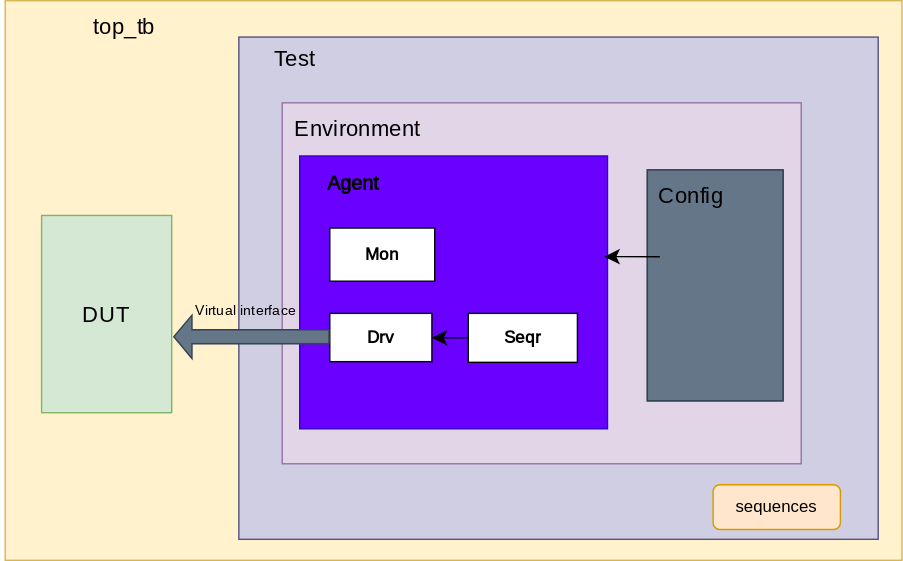
The draw.io diagram docs/uvm.svg in Purdue-SoCET/UVM-Jumpstart, before a commit. Source tidied: cells renumbered, new cells last; positions are measured from the earlier drawing's top-left corner, leaving out a move shared by most shapes. The source it was exported from:
```xml
<mxGraphModel>
  <root>
    <mxCell id="0" />
    <mxCell id="1" parent="0" />
    <mxCell id="2" style="rounded=0;whiteSpace=wrap;html=1;fontSize=16;fillColor=#fff2cc;strokeColor=#d6b656;" parent="1" vertex="1">
      <mxGeometry x="3" width="641" height="400" as="geometry" />
    </mxCell>
    <mxCell id="3" value="DUT" style="rounded=0;whiteSpace=wrap;html=1;fontSize=16;fontFamily=Roboto;fontSource=https%3A%2F%2Ffonts.googleapis.com%2Fcss%3Ffamily%3DRoboto;fontStyle=0;fillColor=#d5e8d4;strokeColor=#82b366;" parent="1" vertex="1">
      <mxGeometry x="29" y="153.5" width="93" height="141" as="geometry" />
    </mxCell>
    <mxCell id="4" value="top_tb" style="text;html=1;strokeColor=none;fillColor=none;align=center;verticalAlign=middle;whiteSpace=wrap;rounded=0;fontSize=16;fontFamily=Roboto;fontSource=https%3A%2F%2Ffonts.googleapis.com%2Fcss%3Ffamily%3DRoboto;" parent="1" vertex="1">
      <mxGeometry y="3" width="177" height="30" as="geometry" />
    </mxCell>
    <mxCell id="5" style="rounded=0;whiteSpace=wrap;html=1;fontSize=16;fillColor=#d0cee2;strokeColor=#56517e;" parent="1" vertex="1">
      <mxGeometry x="170" y="26" width="457" height="359" as="geometry" />
    </mxCell>
    <mxCell id="6" style="rounded=0;whiteSpace=wrap;html=1;fontSize=16;fillColor=#e1d5e7;strokeColor=#9673a6;" parent="1" vertex="1">
      <mxGeometry x="201" y="73" width="371" height="258" as="geometry" />
    </mxCell>
    <mxCell id="7" style="rounded=0;whiteSpace=wrap;html=1;fontSize=16;fillColor=#6a00ff;fontColor=#ffffff;strokeColor=#3700CC;" parent="1" vertex="1">
      <mxGeometry x="213.5" y="111" width="220" height="195" as="geometry" />
    </mxCell>
    <mxCell id="8" value="Test" style="text;html=1;strokeColor=none;fillColor=none;align=center;verticalAlign=middle;whiteSpace=wrap;rounded=0;fontSize=16;fontFamily=Roboto;fontSource=https%3A%2F%2Ffonts.googleapis.com%2Fcss%3Ffamily%3DRoboto;" parent="1" vertex="1">
      <mxGeometry x="180" y="26" width="60" height="30" as="geometry" />
    </mxCell>
    <mxCell id="9" value="Environment" style="text;html=1;strokeColor=none;fillColor=none;align=center;verticalAlign=middle;whiteSpace=wrap;rounded=0;fontSize=16;fontFamily=Roboto;fontSource=https%3A%2F%2Ffonts.googleapis.com%2Fcss%3Ffamily%3DRoboto;" parent="1" vertex="1">
      <mxGeometry x="225" y="76" width="60" height="30" as="geometry" />
    </mxCell>
    <mxCell id="10" value="Agent" style="text;html=1;strokeColor=none;fillColor=none;align=center;verticalAlign=middle;whiteSpace=wrap;rounded=0;fontSize=14;fontFamily=Roboto;fontSource=https%3A%2F%2Ffonts.googleapis.com%2Fcss%3Ffamily%3DRoboto;fontStyle=1;" parent="1" vertex="1">
      <mxGeometry x="222" y="116" width="60" height="30" as="geometry" />
    </mxCell>
    <mxCell id="11" value="Mon" style="rounded=0;whiteSpace=wrap;html=1;fontSize=12;fontFamily=Roboto;fontSource=https%3A%2F%2Ffonts.googleapis.com%2Fcss%3Ffamily%3DRoboto;fontStyle=1;" parent="1" vertex="1">
      <mxGeometry x="235" y="162.5" width="75" height="38" as="geometry" />
    </mxCell>
    <mxCell id="12" style="edgeStyle=none;curved=1;rounded=0;jettySize=auto;html=1;exitX=0;exitY=0.5;exitDx=0;exitDy=0;fontSize=12;startSize=8;endSize=8;" parent="1" edge="1" source="13" target="17">
      <mxGeometry relative="1" as="geometry" />
    </mxCell>
    <mxCell id="13" value="Seqr" style="rounded=0;whiteSpace=wrap;html=1;fontSize=12;fontFamily=Roboto;fontSource=https%3A%2F%2Ffonts.googleapis.com%2Fcss%3Ffamily%3DRoboto;fontStyle=1;" parent="1" vertex="1">
      <mxGeometry x="334" y="223.5" width="78" height="35" as="geometry" />
    </mxCell>
    <mxCell id="14" style="group;fontFamily=Roboto;fontSource=https%3A%2F%2Ffonts.googleapis.com%2Fcss%3Ffamily%3DRoboto;fillColor=#647687;strokeColor=#314354;fontColor=#ffffff;" parent="1" vertex="1">
      <mxGeometry x="462" y="121" width="97" height="165" as="geometry" />
    </mxCell>
    <mxCell id="15" style="rounded=0;whiteSpace=wrap;html=1;fontSize=16;fillColor=#647687;strokeColor=#314354;fontColor=#ffffff;" parent="14" vertex="1">
      <mxGeometry width="97" height="165" as="geometry" />
    </mxCell>
    <mxCell id="16" value="Config" style="text;html=1;strokeColor=none;fillColor=none;align=left;verticalAlign=middle;whiteSpace=wrap;rounded=0;fontSize=16;fontFamily=Roboto;fontSource=https%3A%2F%2Ffonts.googleapis.com%2Fcss%3Ffamily%3DRoboto;" parent="14" vertex="1">
      <mxGeometry x="6.1" y="6.8" width="36.8" height="22.8" as="geometry" />
    </mxCell>
    <mxCell id="17" value="Drv" style="rounded=0;whiteSpace=wrap;html=1;fontSize=12;fontFamily=Roboto;fontSource=https%3A%2F%2Ffonts.googleapis.com%2Fcss%3Ffamily%3DRoboto;fontStyle=1;" parent="1" vertex="1">
      <mxGeometry x="235" y="223.5" width="73" height="34.5" as="geometry" />
    </mxCell>
    <mxCell id="18" style="edgeStyle=none;curved=1;rounded=0;jettySize=auto;html=1;exitX=0;exitY=0.5;exitDx=0;exitDy=0;fontSize=12;startSize=8;endSize=8;entryX=0.99;entryY=0.369;entryDx=0;entryDy=0;entryPerimeter=0;" parent="1" edge="1" target="7">
      <mxGeometry relative="1" as="geometry">
        <mxPoint x="470.9" y="183" as="sourcePoint" />
      </mxGeometry>
    </mxCell>
    <mxCell id="19" value="Virtual interface" style="text;html=1;strokeColor=none;fillColor=none;align=center;verticalAlign=middle;whiteSpace=wrap;rounded=0;fontSize=10;fontFamily=Roboto;fontSource=https%3A%2F%2Ffonts.googleapis.com%2Fcss%3Ffamily%3DRoboto;" parent="1" vertex="1">
      <mxGeometry x="131" y="206" width="89" height="30" as="geometry" />
    </mxCell>
    <mxCell id="20" style="edgeStyle=none;curved=1;rounded=0;orthogonalLoop=1;jettySize=auto;html=1;fontSize=12;shape=flexArrow;endSize=4;startSize=4;width=10;fillColor=#647687;strokeColor=#314354;startArrow=none;endArrow=block;endFill=0;startFill=0;" parent="1" edge="1">
      <mxGeometry relative="1" as="geometry">
        <mxPoint x="235" y="240.2" as="sourcePoint" />
        <mxPoint x="123" y="240.2" as="targetPoint" />
      </mxGeometry>
    </mxCell>
    <mxCell id="21" value="sequences" style="rounded=1;whiteSpace=wrap;html=1;fillColor=#ffe6cc;strokeColor=#d79b00;" parent="1" vertex="1">
      <mxGeometry x="509" y="346" width="91" height="32" as="geometry" />
    </mxCell>
  </root>
</mxGraphModel>
```
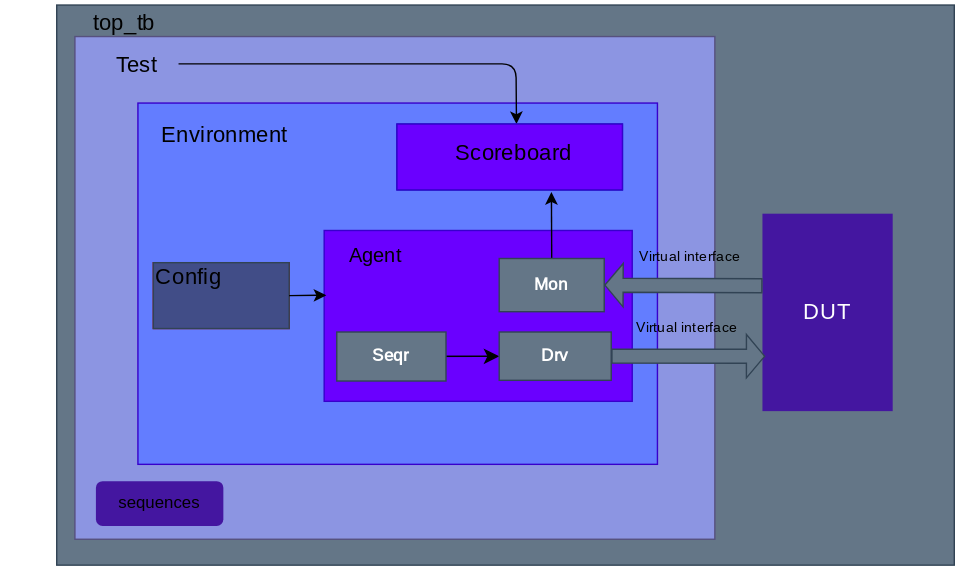
After the commit.

Change to the diagram source:
```diff
@@ -2,70 +2,91 @@
   <root>
     <mxCell id="0" />
     <mxCell id="1" parent="0" />
-    <mxCell id="2" style="rounded=0;whiteSpace=wrap;html=1;fontSize=16;fillColor=#fff2cc;strokeColor=#d6b656;" parent="1" vertex="1">
+    <mxCell id="2" style="rounded=0;whiteSpace=wrap;html=1;fontSize=16;fillColor=#647687;strokeColor=#314354;fontColor=#ffffff;" parent="1" vertex="1">
       <mxGeometry x="3" width="641" height="400" as="geometry" />
     </mxCell>
-    <mxCell id="3" value="DUT" style="rounded=0;whiteSpace=wrap;html=1;fontSize=16;fontFamily=Roboto;fontSource=https%3A%2F%2Ffonts.googleapis.com%2Fcss%3Ffamily%3DRoboto;fontStyle=0;fillColor=#d5e8d4;strokeColor=#82b366;" parent="1" vertex="1">
-      <mxGeometry x="29" y="153.5" width="93" height="141" as="geometry" />
+    <mxCell id="3" value="DUT" style="rounded=0;whiteSpace=wrap;html=1;fontSize=16;fontFamily=Roboto;fontSource=https%3A%2F%2Ffonts.googleapis.com%2Fcss%3Ffamily%3DRoboto;fontStyle=0;fillColor=#4416A0;strokeColor=none;fontColor=#ffffff;" parent="1" vertex="1">
+      <mxGeometry x="507" y="149" width="93" height="141" as="geometry" />
     </mxCell>
     <mxCell id="4" value="top_tb" style="text;html=1;strokeColor=none;fillColor=none;align=center;verticalAlign=middle;whiteSpace=wrap;rounded=0;fontSize=16;fontFamily=Roboto;fontSource=https%3A%2F%2Ffonts.googleapis.com%2Fcss%3Ffamily%3DRoboto;" parent="1" vertex="1">
-      <mxGeometry y="3" width="177" height="30" as="geometry" />
+      <mxGeometry x="-37" y="-3" width="177" height="30" as="geometry" />
     </mxCell>
-    <mxCell id="5" style="rounded=0;whiteSpace=wrap;html=1;fontSize=16;fillColor=#d0cee2;strokeColor=#56517e;" parent="1" vertex="1">
-      <mxGeometry x="170" y="26" width="457" height="359" as="geometry" />
+    <mxCell id="5" style="rounded=0;whiteSpace=wrap;html=1;fontSize=16;fillColor=#8C95E2;strokeColor=#56517e;" parent="1" vertex="1">
+      <mxGeometry x="16" y="22.5" width="457" height="359" as="geometry" />
     </mxCell>
-    <mxCell id="6" style="rounded=0;whiteSpace=wrap;html=1;fontSize=16;fillColor=#e1d5e7;strokeColor=#9673a6;" parent="1" vertex="1">
-      <mxGeometry x="201" y="73" width="371" height="258" as="geometry" />
+    <mxCell id="6" style="rounded=0;whiteSpace=wrap;html=1;fontSize=16;fillColor=#637DFF;strokeColor=#3700CC;fontColor=#ffffff;" parent="1" vertex="1">
+      <mxGeometry x="61" y="70" width="371" height="258" as="geometry" />
     </mxCell>
-    <mxCell id="7" style="rounded=0;whiteSpace=wrap;html=1;fontSize=16;fillColor=#6a00ff;fontColor=#ffffff;strokeColor=#3700CC;" parent="1" vertex="1">
-      <mxGeometry x="213.5" y="111" width="220" height="195" as="geometry" />
+    <mxCell id="7" style="rounded=0;whiteSpace=wrap;html=1;fontSize=16;fillColor=#6a00ff;strokeColor=#3700CC;fontColor=#ffffff;" parent="1" vertex="1">
+      <mxGeometry x="194" y="161" width="220" height="122" as="geometry" />
     </mxCell>
+    <mxCell id="22" style="edgeStyle=none;html=1;exitX=1;exitY=0.5;exitDx=0;exitDy=0;entryX=0.53;entryY=0;entryDx=0;entryDy=0;entryPerimeter=0;" parent="1" edge="1" source="8" target="28">
+      <mxGeometry relative="1" as="geometry">
+        <Array as="points">
+          <mxPoint x="187" y="42" />
+          <mxPoint x="331" y="42" />
+        </Array>
+      </mxGeometry>
+    </mxCell>
     <mxCell id="8" value="Test" style="text;html=1;strokeColor=none;fillColor=none;align=center;verticalAlign=middle;whiteSpace=wrap;rounded=0;fontSize=16;fontFamily=Roboto;fontSource=https%3A%2F%2Ffonts.googleapis.com%2Fcss%3Ffamily%3DRoboto;" parent="1" vertex="1">
-      <mxGeometry x="180" y="26" width="60" height="30" as="geometry" />
+      <mxGeometry x="30" y="27" width="60" height="30" as="geometry" />
     </mxCell>
     <mxCell id="9" value="Environment" style="text;html=1;strokeColor=none;fillColor=none;align=center;verticalAlign=middle;whiteSpace=wrap;rounded=0;fontSize=16;fontFamily=Roboto;fontSource=https%3A%2F%2Ffonts.googleapis.com%2Fcss%3Ffamily%3DRoboto;" parent="1" vertex="1">
-      <mxGeometry x="225" y="76" width="60" height="30" as="geometry" />
+      <mxGeometry x="93" y="77" width="60" height="30" as="geometry" />
     </mxCell>
-    <mxCell id="10" value="Agent" style="text;html=1;strokeColor=none;fillColor=none;align=center;verticalAlign=middle;whiteSpace=wrap;rounded=0;fontSize=14;fontFamily=Roboto;fontSource=https%3A%2F%2Ffonts.googleapis.com%2Fcss%3Ffamily%3DRoboto;fontStyle=1;" parent="1" vertex="1">
-      <mxGeometry x="222" y="116" width="60" height="30" as="geometry" />
+    <mxCell id="10" value="Agent" style="text;html=1;strokeColor=none;fillColor=none;align=center;verticalAlign=middle;whiteSpace=wrap;rounded=0;fontSize=14;fontFamily=Roboto;fontSource=https%3A%2F%2Ffonts.googleapis.com%2Fcss%3Ffamily%3DRoboto;fontStyle=0;" parent="1" vertex="1">
+      <mxGeometry x="201" y="164" width="60" height="30" as="geometry" />
     </mxCell>
+    <mxCell id="23" style="edgeStyle=none;html=1;exitX=0.5;exitY=0;exitDx=0;exitDy=0;entryX=0.685;entryY=1.034;entryDx=0;entryDy=0;entryPerimeter=0;" parent="1" edge="1" source="11" target="28">
+      <mxGeometry relative="1" as="geometry" />
+    </mxCell>
-    <mxCell id="11" value="Mon" style="rounded=0;whiteSpace=wrap;html=1;fontSize=12;fontFamily=Roboto;fontSource=https%3A%2F%2Ffonts.googleapis.com%2Fcss%3Ffamily%3DRoboto;fontStyle=1;" parent="1" vertex="1">
-      <mxGeometry x="235" y="162.5" width="75" height="38" as="geometry" />
+    <mxCell id="11" value="Mon" style="rounded=0;whiteSpace=wrap;html=1;fontSize=12;fontFamily=Roboto;fontSource=https%3A%2F%2Ffonts.googleapis.com%2Fcss%3Ffamily%3DRoboto;fontStyle=1;fillColor=#647687;fontColor=#ffffff;strokeColor=#314354;" parent="1" vertex="1">
+      <mxGeometry x="319" y="181" width="75" height="38" as="geometry" />
     </mxCell>
     <mxCell id="12" style="edgeStyle=none;curved=1;rounded=0;jettySize=auto;html=1;exitX=0;exitY=0.5;exitDx=0;exitDy=0;fontSize=12;startSize=8;endSize=8;" parent="1" edge="1" source="13" target="17">
       <mxGeometry relative="1" as="geometry" />
     </mxCell>
-    <mxCell id="13" value="Seqr" style="rounded=0;whiteSpace=wrap;html=1;fontSize=12;fontFamily=Roboto;fontSource=https%3A%2F%2Ffonts.googleapis.com%2Fcss%3Ffamily%3DRoboto;fontStyle=1;" parent="1" vertex="1">
-      <mxGeometry x="334" y="223.5" width="78" height="35" as="geometry" />
+    <mxCell id="13" value="Seqr" style="rounded=0;whiteSpace=wrap;html=1;fontSize=12;fontFamily=Roboto;fontSource=https%3A%2F%2Ffonts.googleapis.com%2Fcss%3Ffamily%3DRoboto;fontStyle=1;fillColor=#647687;fontColor=#ffffff;strokeColor=#314354;" parent="1" vertex="1">
+      <mxGeometry x="203" y="233.5" width="78" height="35" as="geometry" />
     </mxCell>
-    <mxCell id="14" style="group;fontFamily=Roboto;fontSource=https%3A%2F%2Ffonts.googleapis.com%2Fcss%3Ffamily%3DRoboto;fillColor=#647687;strokeColor=#314354;fontColor=#ffffff;" parent="1" vertex="1">
-      <mxGeometry x="462" y="121" width="97" height="165" as="geometry" />
+    <mxCell id="14" style="group;fontFamily=Roboto;fontSource=https%3A%2F%2Ffonts.googleapis.com%2Fcss%3Ffamily%3DRoboto;fillColor=#e51400;strokeColor=#B20000;fontColor=#ffffff;" parent="1" vertex="1">
+      <mxGeometry x="72" y="184" width="97" height="47" as="geometry" />
     </mxCell>
-    <mxCell id="15" style="rounded=0;whiteSpace=wrap;html=1;fontSize=16;fillColor=#647687;strokeColor=#314354;fontColor=#ffffff;" parent="14" vertex="1">
-      <mxGeometry width="97" height="165" as="geometry" />
+    <mxCell id="15" style="rounded=0;whiteSpace=wrap;html=1;fontSize=16;fillColor=#414D87;strokeColor=#314354;fontColor=#ffffff;" parent="14" vertex="1">
+      <mxGeometry width="97" height="47" as="geometry" />
     </mxCell>
-    <mxCell id="16" value="Config" style="text;html=1;strokeColor=none;fillColor=none;align=left;verticalAlign=middle;whiteSpace=wrap;rounded=0;fontSize=16;fontFamily=Roboto;fontSource=https%3A%2F%2Ffonts.googleapis.com%2Fcss%3Ffamily%3DRoboto;" parent="14" vertex="1">
-      <mxGeometry x="6.1" y="6.8" width="36.8" height="22.8" as="geometry" />
+    <mxCell id="16" value="Config" style="text;html=1;strokeColor=none;fillColor=none;align=left;verticalAlign=middle;whiteSpace=wrap;rounded=0;fontSize=16;fontFamily=Roboto;fontSource=https%3A%2F%2Ffonts.googleapis.com%2Fcss%3Ffamily%3DRoboto;fontStyle=0;" parent="14" vertex="1">
+      <mxGeometry y="7" width="36.8" height="6.5" as="geometry" />
     </mxCell>
-    <mxCell id="17" value="Drv" style="rounded=0;whiteSpace=wrap;html=1;fontSize=12;fontFamily=Roboto;fontSource=https%3A%2F%2Ffonts.googleapis.com%2Fcss%3Ffamily%3DRoboto;fontStyle=1;" parent="1" vertex="1">
-      <mxGeometry x="235" y="223.5" width="73" height="34.5" as="geometry" />
+    <mxCell id="17" value="Drv" style="rounded=0;whiteSpace=wrap;html=1;fontSize=12;fontFamily=Roboto;fontSource=https%3A%2F%2Ffonts.googleapis.com%2Fcss%3Ffamily%3DRoboto;fontStyle=1;fillColor=#647687;fontColor=#ffffff;strokeColor=#314354;" parent="1" vertex="1">
+      <mxGeometry x="319" y="233.5" width="80" height="34.5" as="geometry" />
     </mxCell>
-    <mxCell id="18" style="edgeStyle=none;curved=1;rounded=0;jettySize=auto;html=1;exitX=0;exitY=0.5;exitDx=0;exitDy=0;fontSize=12;startSize=8;endSize=8;entryX=0.99;entryY=0.369;entryDx=0;entryDy=0;entryPerimeter=0;" parent="1" edge="1" target="7">
-      <mxGeometry relative="1" as="geometry">
-        <mxPoint x="470.9" y="183" as="sourcePoint" />
-      </mxGeometry>
-    </mxCell>
     <mxCell id="19" value="Virtual interface" style="text;html=1;strokeColor=none;fillColor=none;align=center;verticalAlign=middle;whiteSpace=wrap;rounded=0;fontSize=10;fontFamily=Roboto;fontSource=https%3A%2F%2Ffonts.googleapis.com%2Fcss%3Ffamily%3DRoboto;" parent="1" vertex="1">
-      <mxGeometry x="131" y="206" width="89" height="30" as="geometry" />
+      <mxGeometry x="411" y="164" width="89" height="30" as="geometry" />
     </mxCell>
-    <mxCell id="20" style="edgeStyle=none;curved=1;rounded=0;orthogonalLoop=1;jettySize=auto;html=1;fontSize=12;shape=flexArrow;endSize=4;startSize=4;width=10;fillColor=#647687;strokeColor=#314354;startArrow=none;endArrow=block;endFill=0;startFill=0;" parent="1" edge="1">
-      <mxGeometry relative="1" as="geometry">
-        <mxPoint x="235" y="240.2" as="sourcePoint" />
-        <mxPoint x="123" y="240.2" as="targetPoint" />
-      </mxGeometry>
+    <mxCell id="20" style="edgeStyle=none;curved=1;rounded=0;jettySize=auto;html=1;fontSize=12;shape=flexArrow;endSize=4;startSize=4;width=10;fillColor=#647687;strokeColor=#314354;startArrow=none;endArrow=block;endFill=0;startFill=0;exitX=0.001;exitY=0.365;exitDx=0;exitDy=0;exitPerimeter=0;entryX=1;entryY=0.5;entryDx=0;entryDy=0;" parent="1" edge="1" source="3" target="11">
+      <mxGeometry relative="1" as="geometry" />
     </mxCell>
-    <mxCell id="21" value="sequences" style="rounded=1;whiteSpace=wrap;html=1;fillColor=#ffe6cc;strokeColor=#d79b00;" parent="1" vertex="1">
-      <mxGeometry x="509" y="346" width="91" height="32" as="geometry" />
+    <mxCell id="21" value="sequences" style="rounded=1;whiteSpace=wrap;html=1;fillColor=#4416A0;strokeColor=none;fontColor=#000000;" parent="1" vertex="1">
+      <mxGeometry x="31" y="340" width="91" height="32" as="geometry" />
     </mxCell>
+    <mxCell id="24" style="edgeStyle=none;curved=1;rounded=0;jettySize=auto;html=1;fontSize=12;shape=flexArrow;endSize=4;startSize=4;width=10;fillColor=#647687;strokeColor=#314354;startArrow=none;endArrow=block;endFill=0;startFill=0;exitX=1;exitY=0.5;exitDx=0;exitDy=0;entryX=0.022;entryY=0.722;entryDx=0;entryDy=0;entryPerimeter=0;" parent="1" edge="1" source="17" target="3">
+      <mxGeometry relative="1" as="geometry" />
+    </mxCell>
+    <mxCell id="25" value="Virtual interface" style="text;html=1;strokeColor=none;fillColor=none;align=center;verticalAlign=middle;whiteSpace=wrap;rounded=0;fontSize=10;fontFamily=Roboto;fontSource=https%3A%2F%2Ffonts.googleapis.com%2Fcss%3Ffamily%3DRoboto;" parent="1" vertex="1">
+      <mxGeometry x="409" y="215" width="89" height="30" as="geometry" />
+    </mxCell>
+    <mxCell id="26" style="edgeStyle=none;html=1;exitX=1;exitY=0.5;exitDx=0;exitDy=0;entryX=0.007;entryY=0.379;entryDx=0;entryDy=0;entryPerimeter=0;" parent="1" edge="1" source="15" target="7">
+      <mxGeometry relative="1" as="geometry" />
+    </mxCell>
+    <mxCell id="27" style="group;fontFamily=Roboto;fontSource=https%3A%2F%2Ffonts.googleapis.com%2Fcss%3Ffamily%3DRoboto;fillColor=#0050ef;strokeColor=#001DBC;fontColor=#ffffff;" parent="1" vertex="1">
+      <mxGeometry x="246" y="85" width="161" height="47" as="geometry" />
+    </mxCell>
+    <mxCell id="28" style="rounded=0;whiteSpace=wrap;html=1;fontSize=16;fillColor=#6a00ff;strokeColor=#3700CC;fontColor=#ffffff;" parent="27" vertex="1">
+      <mxGeometry width="161" height="47" as="geometry" />
+    </mxCell>
+    <mxCell id="29" value="Scoreboard" style="text;html=1;strokeColor=none;fillColor=none;align=left;verticalAlign=middle;whiteSpace=wrap;rounded=0;fontSize=16;fontFamily=Roboto;fontSource=https%3A%2F%2Ffonts.googleapis.com%2Fcss%3Ffamily%3DRoboto;" parent="27" vertex="1">
+      <mxGeometry x="40" y="17" width="61.1" height="6.5" as="geometry" />
+    </mxCell>
   </root>
 </mxGraphModel>
```
